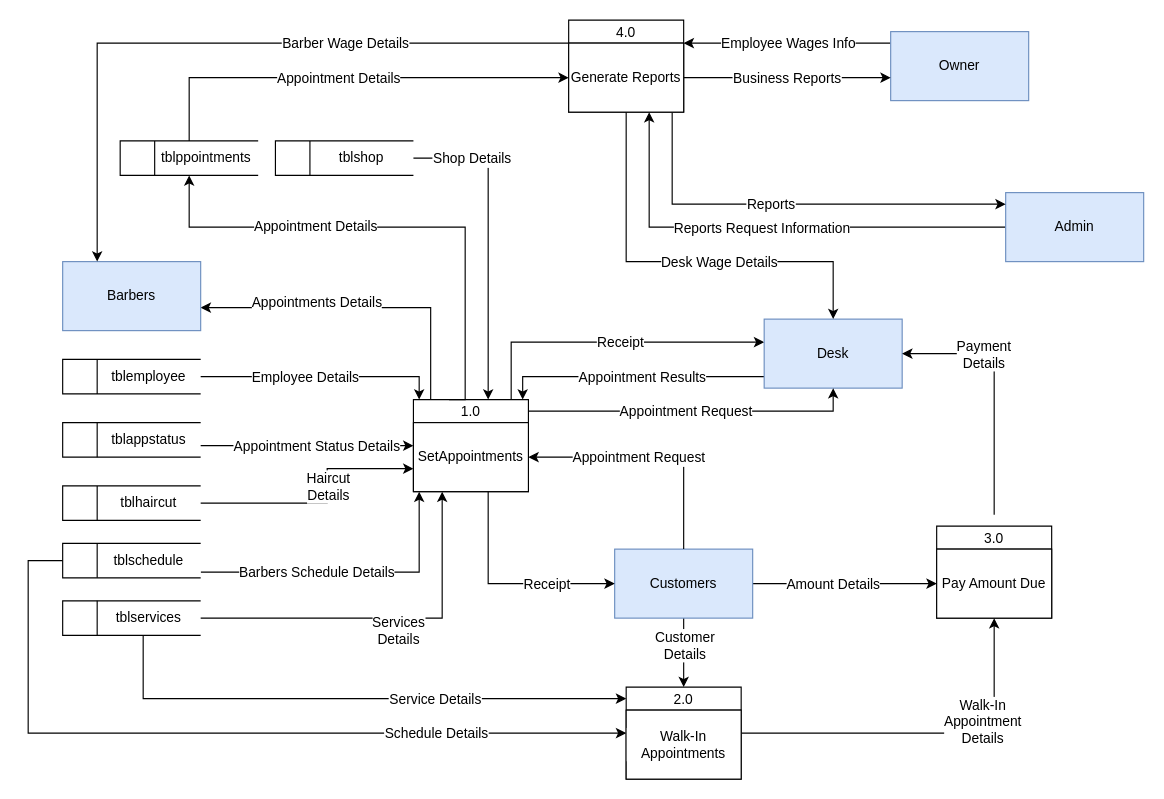
This is page "Admin" (1 of 5) of Diagrams/Data flow.drawio from iampotato16/AppointCut, a draw.io file, before an edit. Source tidied: cells renumbered, new cells numbered last; positions are measured from the earlier drawing's top-left corner, leaving out a move shared by most shapes. Both pictures are drawn from the tidied source at 115%, with x=0, y=0 at pixel (28, 20).
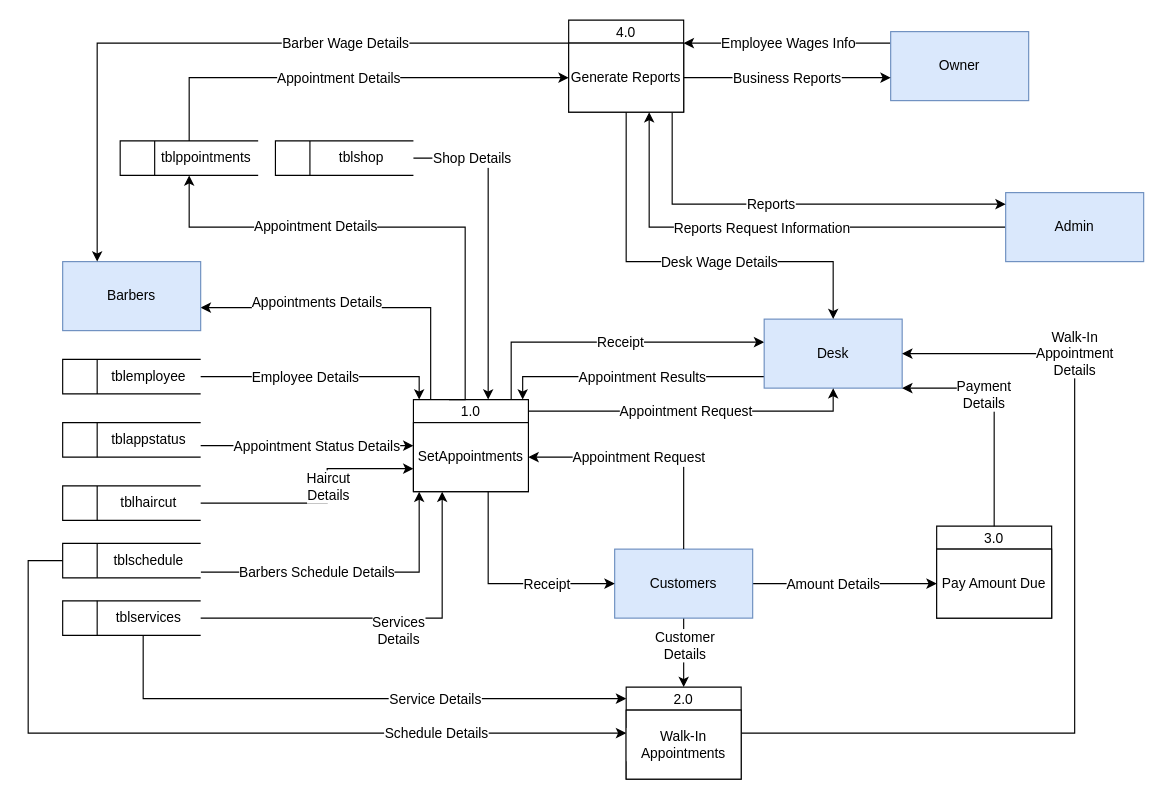
After the change.

Unchanged cells that the change refers to:
```xml
<mxCell id="10" value="Desk" style="rounded=0;whiteSpace=wrap;html=1;fillColor=#dae8fc;strokeColor=#6c8ebf;fontColor=default;" parent="1" vertex="1">
  <mxGeometry x="640" y="260" width="120" height="60" as="geometry" />
</mxCell>
<mxCell id="45" value="3.0" style="swimlane;fontStyle=0;horizontal=1;startSize=20;fillColor=#ffffff;swimlaneFillColor=#ffffff;labelBackgroundColor=default;fontSize=12;fontColor=default;strokeColor=default;" parent="1" vertex="1">
  <mxGeometry x="790" y="440" width="100" height="80" as="geometry" />
</mxCell>
<mxCell id="66" value="2.0" style="swimlane;fontStyle=0;horizontal=1;startSize=20;fillColor=#ffffff;swimlaneFillColor=#ffffff;labelBackgroundColor=default;fontSize=12;fontColor=default;strokeColor=default;" parent="1" vertex="1">
  <mxGeometry x="520" y="580" width="100" height="80" as="geometry" />
</mxCell>
```

Change to the diagram source:
```diff
@@
-    <mxCell id="47" style="edgeStyle=orthogonalEdgeStyle;rounded=0;orthogonalLoop=1;jettySize=auto;html=1;labelBackgroundColor=default;fontSize=12;fontColor=default;startArrow=none;startFill=0;endArrow=classic;endFill=1;strokeColor=default;" parent="1" edge="1">
+    <mxCell id="47" style="edgeStyle=orthogonalEdgeStyle;rounded=0;jettySize=auto;html=1;labelBackgroundColor=default;fontSize=12;fontColor=default;startArrow=none;startFill=0;endArrow=classic;endFill=1;strokeColor=default;" parent="1" edge="1" source="45" target="10">
       <mxGeometry relative="1" as="geometry">
-        <mxPoint x="840" y="430" as="sourcePoint" />
-        <mxPoint x="760" y="290" as="targetPoint" />
         <Array as="points">
-          <mxPoint x="840" y="290" />
+          <mxPoint x="840" y="320" />
         </Array>
       </mxGeometry>
     </mxCell>
     <mxCell id="48" value="Payment&lt;br&gt;Details" style="edgeLabel;html=1;align=center;verticalAlign=middle;fontSize=12;fontColor=default;labelBackgroundColor=default;rotation=0;" parent="47" vertex="1">
       <mxGeometry x="0.11" y="3" relative="1" as="geometry">
-        <mxPoint x="-7" y="-18" as="offset" />
+        <mxPoint x="-7" y="-4" as="offset" />
       </mxGeometry>
     </mxCell>
@@
-    <mxCell id="65" value="Walk-In&lt;br&gt;Appointment&lt;br&gt;Details" style="edgeStyle=orthogonalEdgeStyle;rounded=0;jettySize=auto;html=1;labelBackgroundColor=default;fontSize=12;fontColor=default;startArrow=none;startFill=0;endArrow=classic;endFill=1;strokeColor=default;" parent="1" edge="1" source="66" target="45">
-      <mxGeometry x="0.44" y="10" relative="1" as="geometry">
+    <mxCell id="65" value="Walk-In&lt;br&gt;Appointment&lt;br&gt;Details" style="edgeStyle=orthogonalEdgeStyle;rounded=0;jettySize=auto;html=1;labelBackgroundColor=default;fontSize=12;fontColor=default;startArrow=none;startFill=0;endArrow=classic;endFill=1;strokeColor=default;" parent="1" edge="1" source="66" target="10">
+      <mxGeometry x="0.61" relative="1" as="geometry">
         <Array as="points">
-          <mxPoint x="840" y="620" />
+          <mxPoint x="910" y="620" />
+          <mxPoint x="910" y="290" />
         </Array>
       </mxGeometry>
     </mxCell>
```
